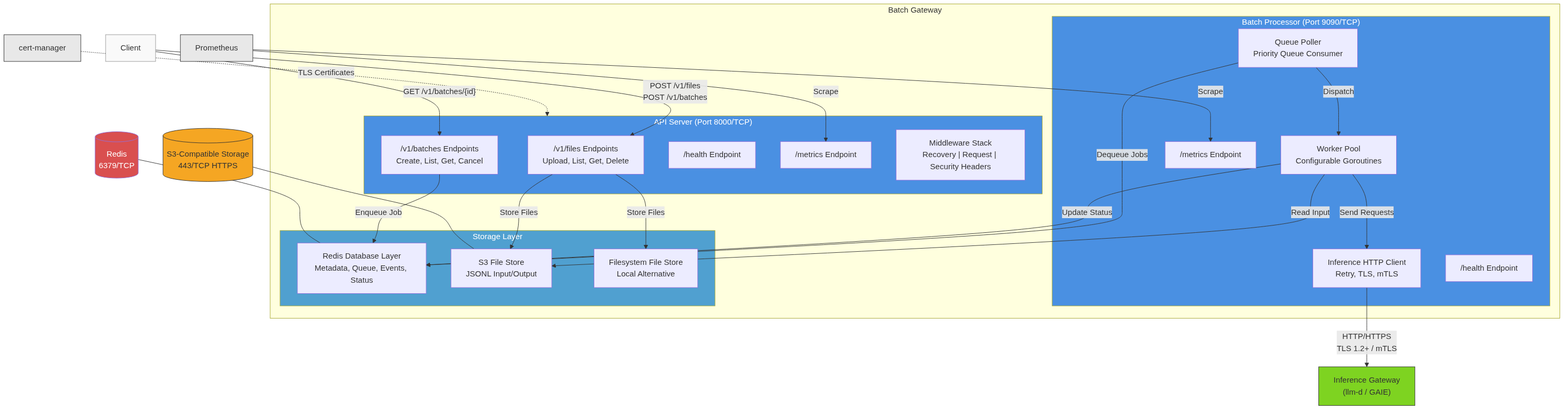
Earlier version of the Mermaid export architecture/rhoai-3.4-ea.2/diagrams/batch-gateway-component.png (rhuss/architecture-context). Its source is kept beside it as architecture/rhoai-3.4-ea.2/diagrams/batch-gateway-component.mmd.
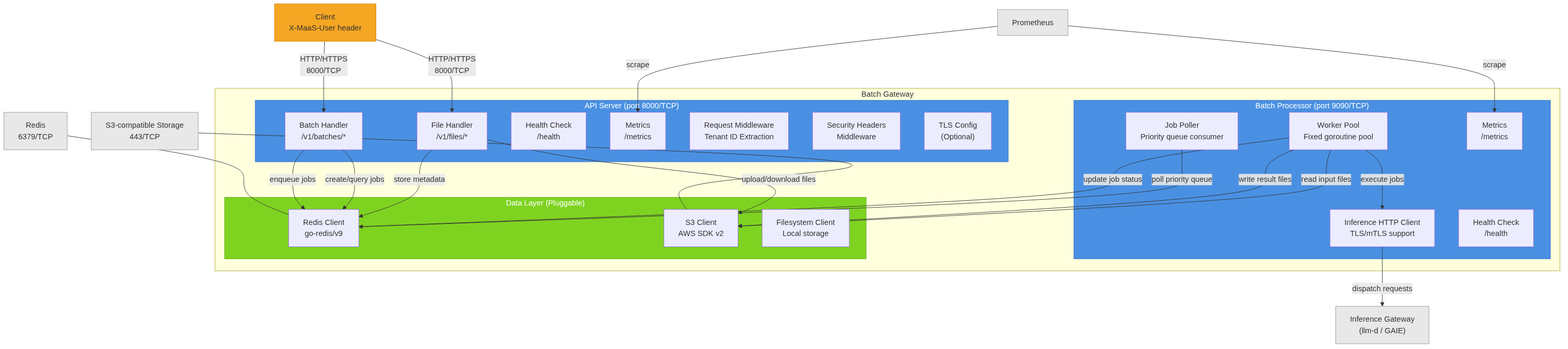
After the change.

The edit, as a diff of the source:
```diff
@@ -2,58 +2,58 @@
 graph TB
     subgraph BatchGateway["Batch Gateway"]
         direction TB
-        subgraph APIServer["API Server (Port 8000/TCP)"]
-            FilesAPI["/v1/files Endpoints<br/>Upload, List, Get, Delete"]
-            BatchesAPI["/v1/batches Endpoints<br/>Create, List, Get, Cancel"]
-            HealthAPI["/health Endpoint"]
-            MetricsAPI["/metrics Endpoint"]
-            Middleware["Middleware Stack<br/>Recovery | Request | Security Headers"]
+
+        subgraph APIServer["API Server (port 8000/TCP)"]
+            FileHandler["File Handler<br/>/v1/files/*"]
+            BatchHandler["Batch Handler<br/>/v1/batches/*"]
+            HealthAPI["Health Check<br/>/health"]
+            MetricsAPI["Metrics<br/>/metrics"]
+            Middleware["Request Middleware<br/>Tenant ID Extraction"]
+            SecurityHeaders["Security Headers<br/>Middleware"]
+            TLSConfig["TLS Config<br/>(Optional)"]
         end
 
-        subgraph Processor["Batch Processor (Port 9090/TCP)"]
-            Poller["Queue Poller<br/>Priority Queue Consumer"]
-            WorkerPool["Worker Pool<br/>Configurable Goroutines"]
-            InferenceClient["Inference HTTP Client<br/>Retry, TLS, mTLS"]
-            ProcHealth["/health Endpoint"]
-            ProcMetrics["/metrics Endpoint"]
+        subgraph Processor["Batch Processor (port 9090/TCP)"]
+            WorkerPool["Worker Pool<br/>Fixed goroutine pool"]
+            JobPoller["Job Poller<br/>Priority queue consumer"]
+            InferenceClient["Inference HTTP Client<br/>TLS/mTLS support"]
+            HealthProc["Health Check<br/>/health"]
+            MetricsProc["Metrics<br/>/metrics"]
         end
 
-        subgraph Storage["Storage Layer"]
-            RedisLayer["Redis Database Layer<br/>Metadata, Queue, Events, Status"]
-            S3Store["S3 File Store<br/>JSONL Input/Output"]
-            FSStore["Filesystem File Store<br/>Local Alternative"]
+        subgraph DataLayer["Data Layer (Pluggable)"]
+            RedisClient["Redis Client<br/>go-redis/v9"]
+            S3Client["S3 Client<br/>AWS SDK v2"]
+            FSClient["Filesystem Client<br/>Local storage"]
         end
     end
 
-    Client[Client] -->|"POST /v1/files<br/>POST /v1/batches"| FilesAPI
-    Client -->|"GET /v1/batches/{id}"| BatchesAPI
+    Client["Client<br/>X-MaaS-User header"] -->|"HTTP/HTTPS<br/>8000/TCP"| FileHandler
+    Client -->|"HTTP/HTTPS<br/>8000/TCP"| BatchHandler
 
-    FilesAPI -->|"Store Files"| S3Store
-    FilesAPI -->|"Store Files"| FSStore
-    BatchesAPI -->|"Enqueue Job"| RedisLayer
+    FileHandler -->|"upload/download files"| S3Client
+    FileHandler -->|"store metadata"| RedisClient
+    BatchHandler -->|"create/query jobs"| RedisClient
+    BatchHandler -->|"enqueue jobs"| RedisClient
 
-    Poller -->|"Dequeue Jobs"| RedisLayer
-    Poller -->|"Dispatch"| WorkerPool
-    WorkerPool -->|"Read Input"| S3Store
-    WorkerPool -->|"Send Requests"| InferenceClient
-    WorkerPool -->|"Update Status"| RedisLayer
+    JobPoller -->|"poll priority queue"| RedisClient
+    WorkerPool -->|"execute jobs"| InferenceClient
+    InferenceClient -->|"dispatch requests"| InferenceGW["Inference Gateway<br/>(llm-d / GAIE)"]
+    WorkerPool -->|"read input files"| S3Client
+    WorkerPool -->|"write result files"| S3Client
+    WorkerPool -->|"update job status"| RedisClient
 
-    InferenceClient -->|"HTTP/HTTPS<br/>TLS 1.2+ / mTLS"| InferenceGW["Inference Gateway<br/>(llm-d / GAIE)"]
+    Redis["Redis<br/>6379/TCP"] --- RedisClient
+    S3["S3-compatible Storage<br/>443/TCP"] --- S3Client
 
-    Redis[(Redis<br/>6379/TCP)] --- RedisLayer
-    S3[(S3-Compatible Storage<br/>443/TCP HTTPS)] --- S3Store
+    Prometheus["Prometheus"] -->|"scrape"| MetricsAPI
+    Prometheus -->|"scrape"| MetricsProc
 
-    Prometheus["Prometheus"] -->|"Scrape"| MetricsAPI
-    Prometheus -->|"Scrape"| ProcMetrics
-
-    CertManager["cert-manager"] -.->|"TLS Certificates"| APIServer
-
-    style APIServer fill:#4a90e2,color:#fff
-    style Processor fill:#4a90e2,color:#fff
-    style Storage fill:#50a0d0,color:#fff
-    style Client fill:#f9f9f9,stroke:#999
-    style InferenceGW fill:#7ed321,stroke:#333
-    style Redis fill:#d94f4f,color:#fff
-    style S3 fill:#f5a623,stroke:#333
-    style Prometheus fill:#e8e8e8,stroke:#333
-    style CertManager fill:#e8e8e8,stroke:#333
+    style APIServer fill:#4a90e2,stroke:#2a6dc2,color:#fff
+    style Processor fill:#4a90e2,stroke:#2a6dc2,color:#fff
+    style DataLayer fill:#7ed321,stroke:#5eb01a,color:#fff
+    style Client fill:#f5a623,stroke:#d4850a
+    style Redis fill:#e8e8e8,stroke:#999
+    style S3 fill:#e8e8e8,stroke:#999
+    style InferenceGW fill:#e8e8e8,stroke:#999
+    style Prometheus fill:#e8e8e8,stroke:#999
```
